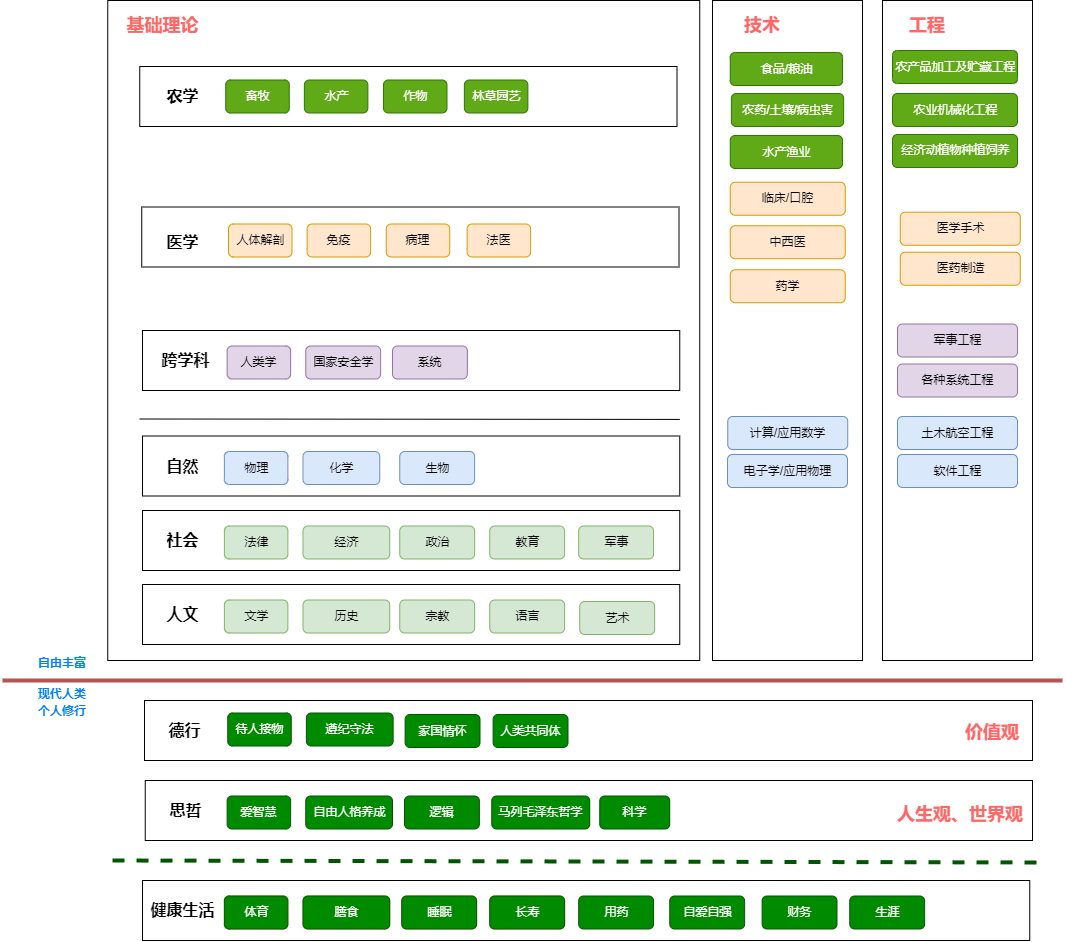
The draw.io diagram image/big-science.drawio.png in codefossil/livingbook, before a commit. Source tidied: cells renumbered, new cells last; positions are measured from the earlier drawing's top-left corner, leaving out a move shared by most shapes.
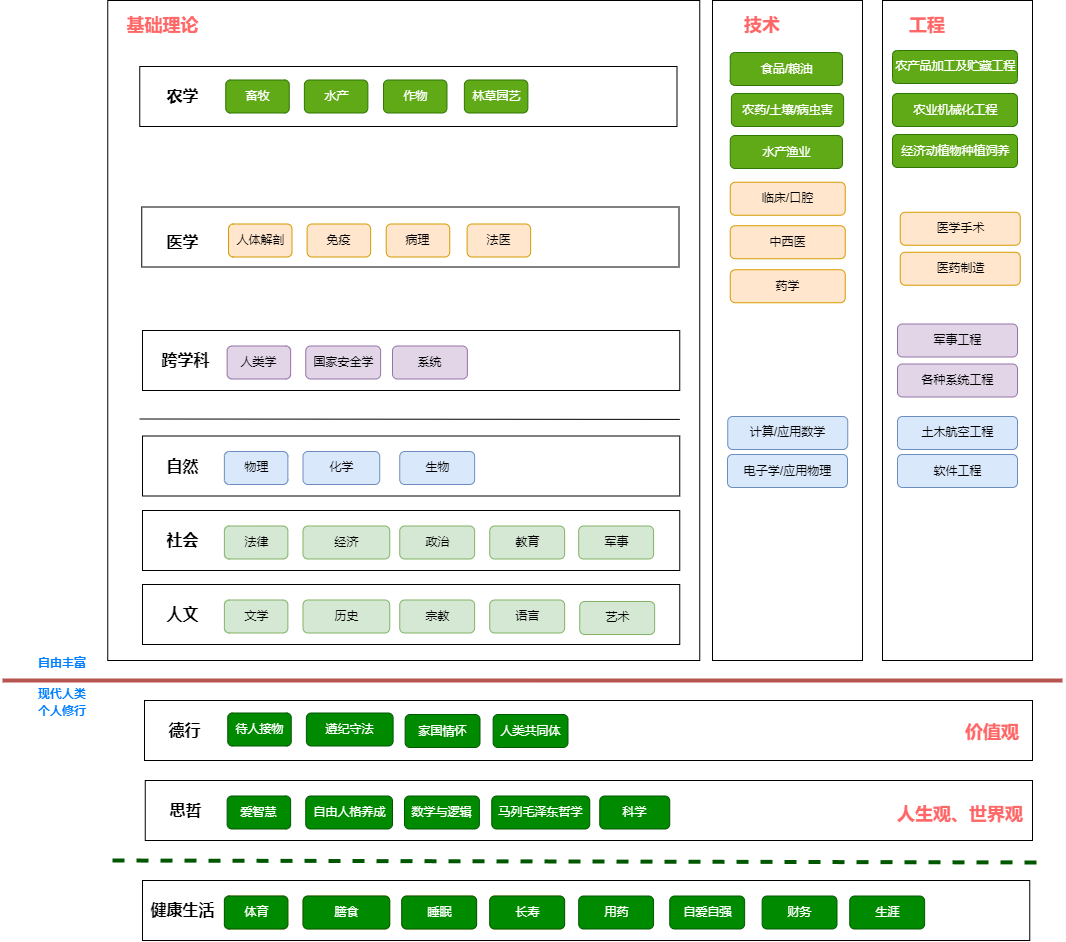
After the commit.

Diff of the diagram source:
```diff
@@ -23,7 +23,7 @@
     <mxCell id="8" value="自由人格养成" style="rounded=1;fillColor=#008a00;strokeColor=#005700;html=1;align=center;verticalAlign=middle;fontStyle=0;fontSize=12;sketch=0;shadow=0;fontColor=#ffffff;" parent="1" vertex="1">
       <mxGeometry x="303.2" y="795.5" width="86.8" height="33" as="geometry" />
     </mxCell>
-    <mxCell id="9" value="逻辑" style="rounded=1;fillColor=#008a00;strokeColor=#005700;html=1;align=center;verticalAlign=middle;fontStyle=0;fontSize=12;sketch=0;shadow=0;fontColor=#ffffff;" parent="1" vertex="1">
+    <mxCell id="9" value="数学与逻辑" style="rounded=1;fillColor=#008a00;strokeColor=#005700;html=1;align=center;verticalAlign=middle;fontStyle=0;fontSize=12;sketch=0;shadow=0;fontColor=#ffffff;" parent="1" vertex="1">
       <mxGeometry x="402" y="795.5" width="74.9" height="33" as="geometry" />
     </mxCell>
     <mxCell id="10" style="rounded=0;html=1;align=center;verticalAlign=middle;fontStyle=0;fontSize=12;sketch=0;shadow=0;" parent="1" vertex="1">
```
